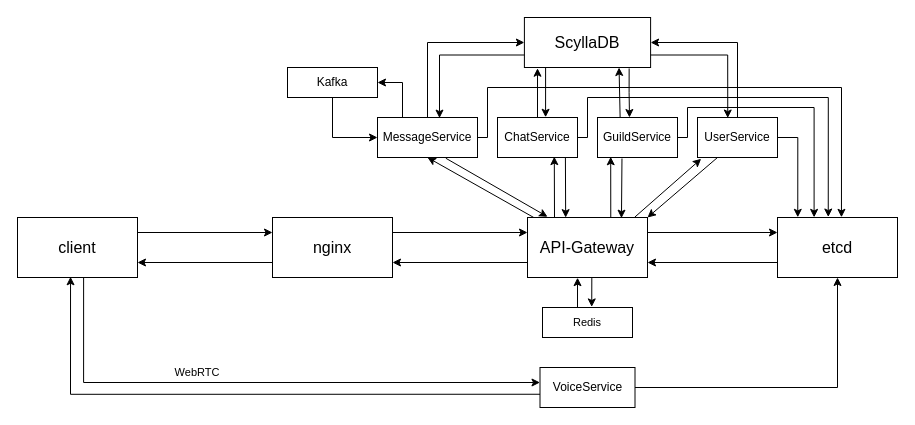
reddiridabl666/TP2023-Highload keeps this draw.io diagram as project_scheme.drawio. Above is the earlier version. Source tidied: cells renumbered, new cells numbered last; positions are measured from the earlier drawing's top-left corner, leaving out a move shared by most shapes. Both pictures are drawn from the tidied source at 100%, with x=0, y=0 at pixel (17, 17).
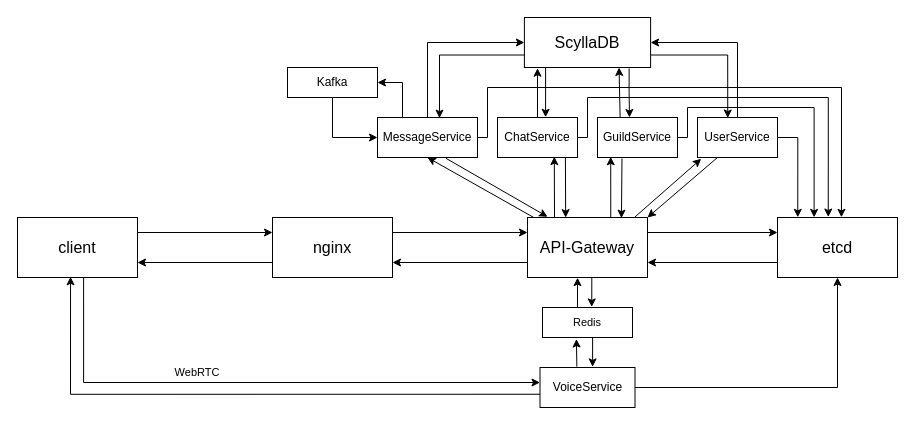
Above is the later version.

The change refers to these unchanged cells:
```xml
<mxCell id="22" value="&lt;font style=&quot;font-size: 12px;&quot;&gt;VoiceService&lt;/font&gt;" style="rounded=0;whiteSpace=wrap;html=1;" parent="1" vertex="1">
  <mxGeometry x="522.5" y="350" width="95" height="40" as="geometry" />
</mxCell>
<mxCell id="45" value="Redis" style="rounded=0;whiteSpace=wrap;html=1;fontFamily=Helvetica;fontSize=11;fontColor=default;" parent="1" vertex="1">
  <mxGeometry x="525" y="290" width="90" height="30" as="geometry" />
</mxCell>
```

Diff of the diagram source:
```diff
@@
+    <mxCell id="48" style="edgeStyle=orthogonalEdgeStyle;shape=connector;rounded=0;jettySize=auto;html=1;entryX=0.377;entryY=1.051;entryDx=0;entryDy=0;entryPerimeter=0;labelBackgroundColor=default;strokeColor=default;align=center;verticalAlign=middle;fontFamily=Helvetica;fontSize=11;fontColor=default;endArrow=classic;exitX=0.388;exitY=-0.021;exitDx=0;exitDy=0;exitPerimeter=0;" parent="1" edge="1" source="22" target="45">
+      <mxGeometry relative="1" as="geometry" />
+    </mxCell>
+    <mxCell id="49" style="edgeStyle=orthogonalEdgeStyle;shape=connector;rounded=0;jettySize=auto;html=1;labelBackgroundColor=default;strokeColor=default;align=center;verticalAlign=middle;fontFamily=Helvetica;fontSize=11;fontColor=default;endArrow=classic;entryX=0.554;entryY=-0.015;entryDx=0;entryDy=0;entryPerimeter=0;" parent="1" edge="1" target="22">
+      <mxGeometry relative="1" as="geometry">
+        <mxPoint x="580" y="320" as="sourcePoint" />
+      </mxGeometry>
+    </mxCell>
```
